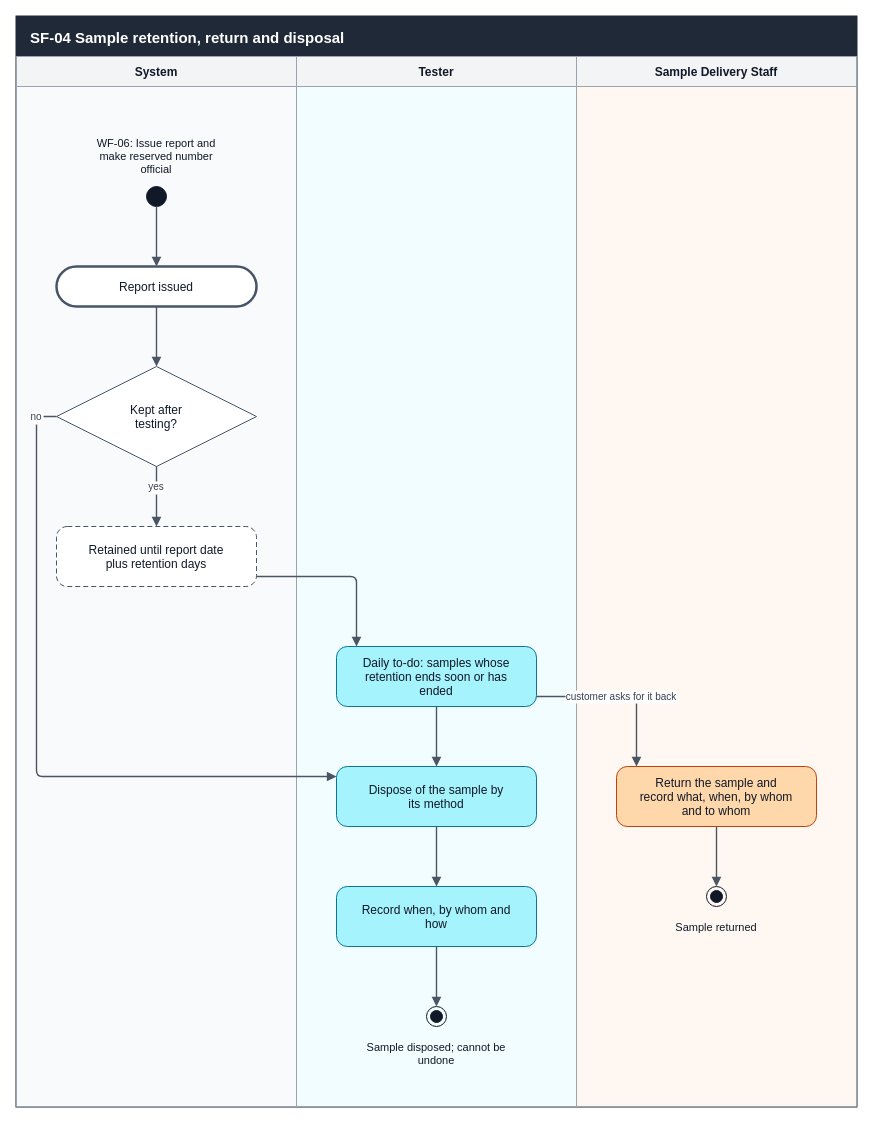
SoltuneMontepre/medilab keeps this draw.io diagram as docs/reports/activity-diagram/final/Supporting flows/SF-04 Sample retention, return and disposal.drawio. Above is the earlier version. Source tidied: cells renumbered, new cells numbered last; positions are measured from the earlier drawing's top-left corner, leaving out a move shared by most shapes. Both pictures are drawn from the tidied source at 100%, with x=0, y=0 at pixel (16, 16).
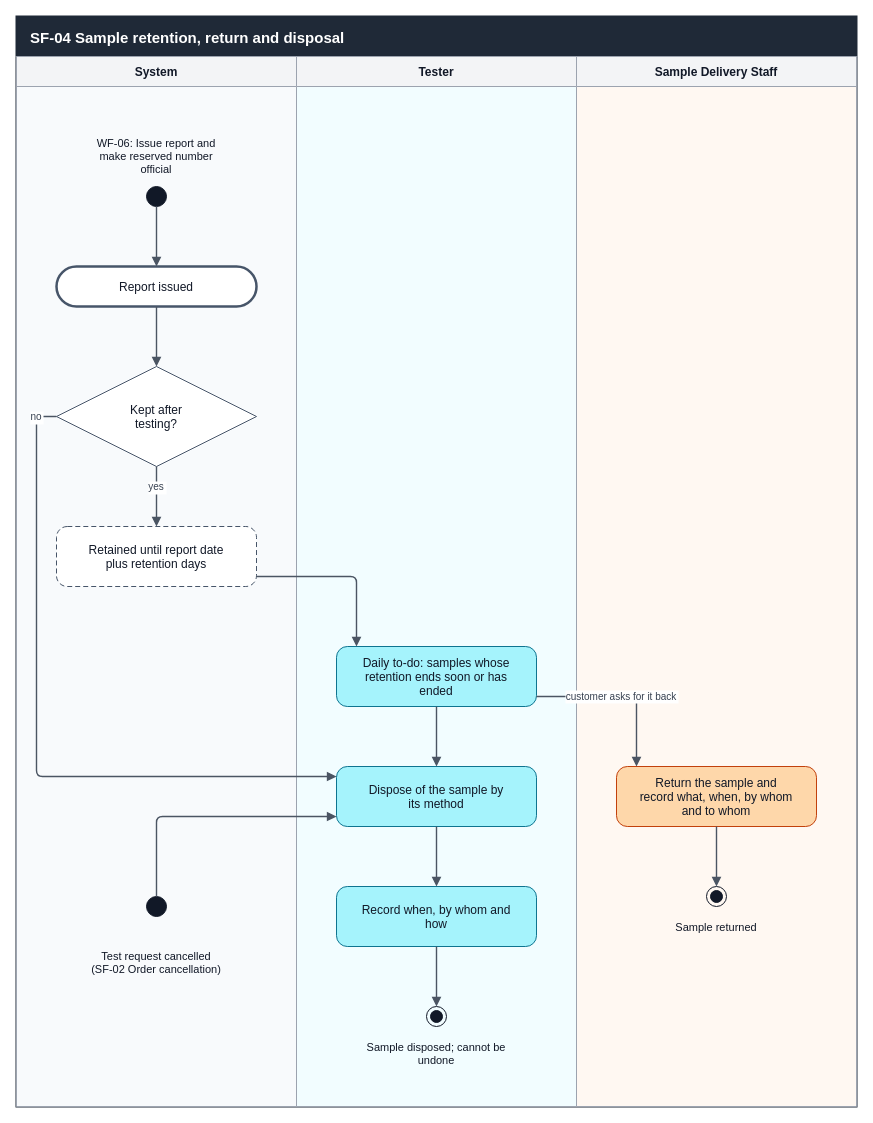
After the change.

The change refers to these unchanged cells:
```xml
<mxCell id="2" value="SF-04 Sample retention, return and disposal" style="swimlane;startSize=40;html=0;fillColor=#1F2937;fontColor=#FFFFFF;strokeColor=#1F2937;strokeWidth=2;swimlaneFillColor=#FFFFFF;fontStyle=1;fontSize=15;fontFamily=Helvetica;align=left;spacingLeft=12;" parent="1" vertex="1">
  <mxGeometry width="840" height="1090" as="geometry" />
</mxCell>
<mxCell id="7" value="Dispose of the sample by&#10;its method" style="rounded=1;arcSize=18;html=0;fontSize=12;fontFamily=Helvetica;fontColor=#111827;fillColor=#A5F3FC;strokeColor=#0E7490;" parent="2" vertex="1">
  <mxGeometry x="320" y="750" width="200" height="60" as="geometry" />
</mxCell>
```

The edit, as a diff of the source:
```diff
@@
+    <mxCell id="29" style="ellipse;html=0;fillColor=#111827;strokeColor=#111827;" parent="2" vertex="1">
+      <mxGeometry x="130" y="880" width="20" height="20" as="geometry" />
+    </mxCell>
+    <mxCell id="30" value="Test request cancelled&#10;(SF-02 Order cancellation)" style="text;html=0;align=center;fontSize=11;fontFamily=Helvetica;fontColor=#111827;spacing=0;verticalAlign=bottom;" parent="2" vertex="1">
+      <mxGeometry x="50" y="910" width="180" height="50" as="geometry" />
+    </mxCell>
+    <mxCell id="31" style="edgeStyle=none;rounded=1;arcSize=12;html=0;endArrow=block;endFill=1;endSize=6;strokeColor=#4B5563;strokeWidth=1.4;exitX=0.5;exitY=0;exitDx=0;exitDy=0;exitPerimeter=0;entryX=0;entryY=0.83333;entryDx=0;entryDy=0;entryPerimeter=0;fontSize=10;fontFamily=Helvetica;fontColor=#374151;labelBackgroundColor=#FFFFFF;" parent="2" edge="1" source="29" target="7">
+      <mxGeometry relative="1" as="geometry">
+        <Array as="points">
+          <mxPoint x="140" y="800" />
+        </Array>
+      </mxGeometry>
+    </mxCell>
```
